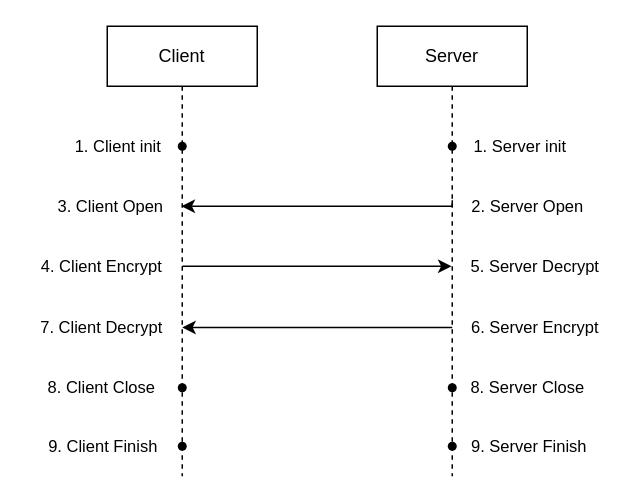
The draw.io diagram 제목 없는 다이어그램.drawio in Gichan94/korea_b, before the edit. Source tidied: cells renumbered, new cells numbered last; positions are measured from the earlier drawing's top-left corner, leaving out a move shared by most shapes. Both pictures are drawn from the tidied source at 150%, with x=0, y=0 at pixel (26, 26).
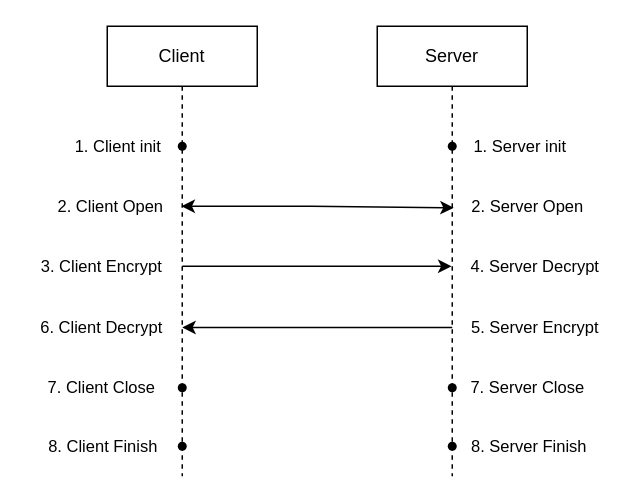
After the change.

Commit message:
제목 없는 다이어그램.drawio 업데이트

The change refers to these unchanged cells:
```xml
<mxCell id="2" value="Client" style="shape=umlLifeline;perimeter=lifelinePerimeter;whiteSpace=wrap;html=1;outlineConnect=0;portConstraint=eastwest;newEdgeStyle={&quot;edgeStyle&quot;:&quot;elbowEdgeStyle&quot;,&quot;elbow&quot;:&quot;vertical&quot;,&quot;curved&quot;:0,&quot;rounded&quot;:0};" parent="1" vertex="1">
  <mxGeometry x="54" width="100" height="300" as="geometry" />
</mxCell>
<mxCell id="6" value="&lt;span style=&quot;font-size: 11px;&quot;&gt;2. Server Open&lt;/span&gt;" style="text;html=1;align=center;verticalAlign=middle;points=[];strokeColor=none;fillColor=none;" parent="1" vertex="1">
  <mxGeometry x="284" y="105" width="100" height="30" as="geometry" />
</mxCell>
```

Diff of the diagram source:
```diff
@@
-    <mxCell id="9" style="edgeStyle=orthogonalEdgeStyle;rounded=0;jettySize=auto;html=1;" parent="1" edge="1" target="2">
-      <mxGeometry relative="1" as="geometry">
-        <mxPoint x="284" y="116" as="sourcePoint" />
-        <Array as="points">
-          <mxPoint x="284" y="120" />
-        </Array>
-      </mxGeometry>
-    </mxCell>
-    <mxCell id="10" value="&lt;span style=&quot;font-size: 11px;&quot;&gt;3. Client Open&lt;br&gt;&lt;/span&gt;" style="text;html=1;align=center;verticalAlign=middle;strokeColor=none;fillColor=none;" parent="1" vertex="1">
+    <mxCell id="10" value="&lt;span style=&quot;font-size: 11px;&quot;&gt;2. Client Open&lt;br&gt;&lt;/span&gt;" style="text;html=1;align=center;verticalAlign=middle;strokeColor=none;fillColor=none;" parent="1" vertex="1">
       <mxGeometry x="11" y="105" width="90" height="30" as="geometry" />
     </mxCell>
-    <mxCell id="11" value="&lt;span style=&quot;font-size: 11px;&quot;&gt;4. Client Encrypt&lt;br&gt;&lt;/span&gt;" style="text;html=1;align=center;verticalAlign=middle;strokeColor=none;fillColor=none;" parent="1" vertex="1">
+    <mxCell id="11" value="&lt;span style=&quot;font-size: 11px;&quot;&gt;3. Client Encrypt&lt;br&gt;&lt;/span&gt;" style="text;html=1;align=center;verticalAlign=middle;strokeColor=none;fillColor=none;" parent="1" vertex="1">
       <mxGeometry y="145" width="100" height="30" as="geometry" />
     </mxCell>
@@
-    <mxCell id="13" value="&lt;span style=&quot;font-size: 11px;&quot;&gt;5. Server Decrypt&lt;/span&gt;" style="text;html=1;align=center;verticalAlign=middle;strokeColor=none;fillColor=none;" parent="1" vertex="1">
+    <mxCell id="13" value="&lt;span style=&quot;font-size: 11px;&quot;&gt;4. Server Decrypt&lt;/span&gt;" style="text;html=1;align=center;verticalAlign=middle;strokeColor=none;fillColor=none;" parent="1" vertex="1">
       <mxGeometry x="284" y="145" width="110" height="30" as="geometry" />
     </mxCell>
-    <mxCell id="14" value="&lt;span style=&quot;font-size: 11px;&quot;&gt;6. Server Encrypt&lt;/span&gt;" style="text;html=1;align=center;verticalAlign=middle;strokeColor=none;fillColor=none;" parent="1" vertex="1">
+    <mxCell id="14" value="&lt;span style=&quot;font-size: 11px;&quot;&gt;5. Server Encrypt&lt;/span&gt;" style="text;html=1;align=center;verticalAlign=middle;strokeColor=none;fillColor=none;" parent="1" vertex="1">
       <mxGeometry x="284" y="186" width="110" height="30" as="geometry" />
     </mxCell>
@@
-    <mxCell id="16" value="&lt;span style=&quot;font-size: 11px;&quot;&gt;7. Client Decrypt&lt;br&gt;&lt;/span&gt;" style="text;html=1;align=center;verticalAlign=middle;strokeColor=none;fillColor=none;" parent="1" vertex="1">
+    <mxCell id="16" value="&lt;span style=&quot;font-size: 11px;&quot;&gt;6. Client Decrypt&lt;br&gt;&lt;/span&gt;" style="text;html=1;align=center;verticalAlign=middle;strokeColor=none;fillColor=none;" parent="1" vertex="1">
       <mxGeometry y="186" width="100" height="30" as="geometry" />
     </mxCell>
-    <mxCell id="17" value="&lt;span style=&quot;font-size: 11px;&quot;&gt;8. Server Close&lt;/span&gt;" style="text;html=1;align=center;verticalAlign=middle;strokeColor=none;fillColor=none;" parent="1" vertex="1">
+    <mxCell id="17" value="&lt;span style=&quot;font-size: 11px;&quot;&gt;7. Server Close&lt;/span&gt;" style="text;html=1;align=center;verticalAlign=middle;strokeColor=none;fillColor=none;" parent="1" vertex="1">
       <mxGeometry x="284" y="226" width="100" height="30" as="geometry" />
     </mxCell>
@@
-    <mxCell id="22" value="&lt;span style=&quot;font-size: 11px;&quot;&gt;8. Client Close&lt;/span&gt;" style="text;html=1;align=center;verticalAlign=middle;strokeColor=none;fillColor=none;" parent="1" vertex="1">
+    <mxCell id="22" value="&lt;span style=&quot;font-size: 11px;&quot;&gt;7. Client Close&lt;/span&gt;" style="text;html=1;align=center;verticalAlign=middle;strokeColor=none;fillColor=none;" parent="1" vertex="1">
       <mxGeometry y="226" width="100" height="30" as="geometry" />
     </mxCell>
-    <mxCell id="23" value="&lt;span style=&quot;font-size: 11px;&quot;&gt;9. Server Finish&lt;/span&gt;" style="text;html=1;align=center;verticalAlign=middle;strokeColor=none;fillColor=none;" parent="1" vertex="1">
+    <mxCell id="23" value="&lt;span style=&quot;font-size: 11px;&quot;&gt;8. Server Finish&lt;/span&gt;" style="text;html=1;align=center;verticalAlign=middle;strokeColor=none;fillColor=none;" parent="1" vertex="1">
       <mxGeometry x="285" y="265" width="100" height="30" as="geometry" />
     </mxCell>
-    <mxCell id="24" value="&lt;span style=&quot;font-size: 11px;&quot;&gt;9. Client Finish&lt;/span&gt;" style="text;html=1;align=center;verticalAlign=middle;strokeColor=none;fillColor=none;" parent="1" vertex="1">
+    <mxCell id="24" value="&lt;span style=&quot;font-size: 11px;&quot;&gt;8. Client Finish&lt;/span&gt;" style="text;html=1;align=center;verticalAlign=middle;strokeColor=none;fillColor=none;" parent="1" vertex="1">
       <mxGeometry x="1" y="265" width="100" height="30" as="geometry" />
     </mxCell>
+    <mxCell id="25" style="endArrow=classic;startArrow=classic;html=1;rounded=0;entryX=0.01;entryY=0.533;entryDx=0;entryDy=0;entryPerimeter=0;" parent="1" edge="1" source="2" target="6">
+      <mxGeometry relative="1" as="geometry">
+        <Array as="points">
+          <mxPoint x="190" y="120" />
+        </Array>
+      </mxGeometry>
+    </mxCell>
```
